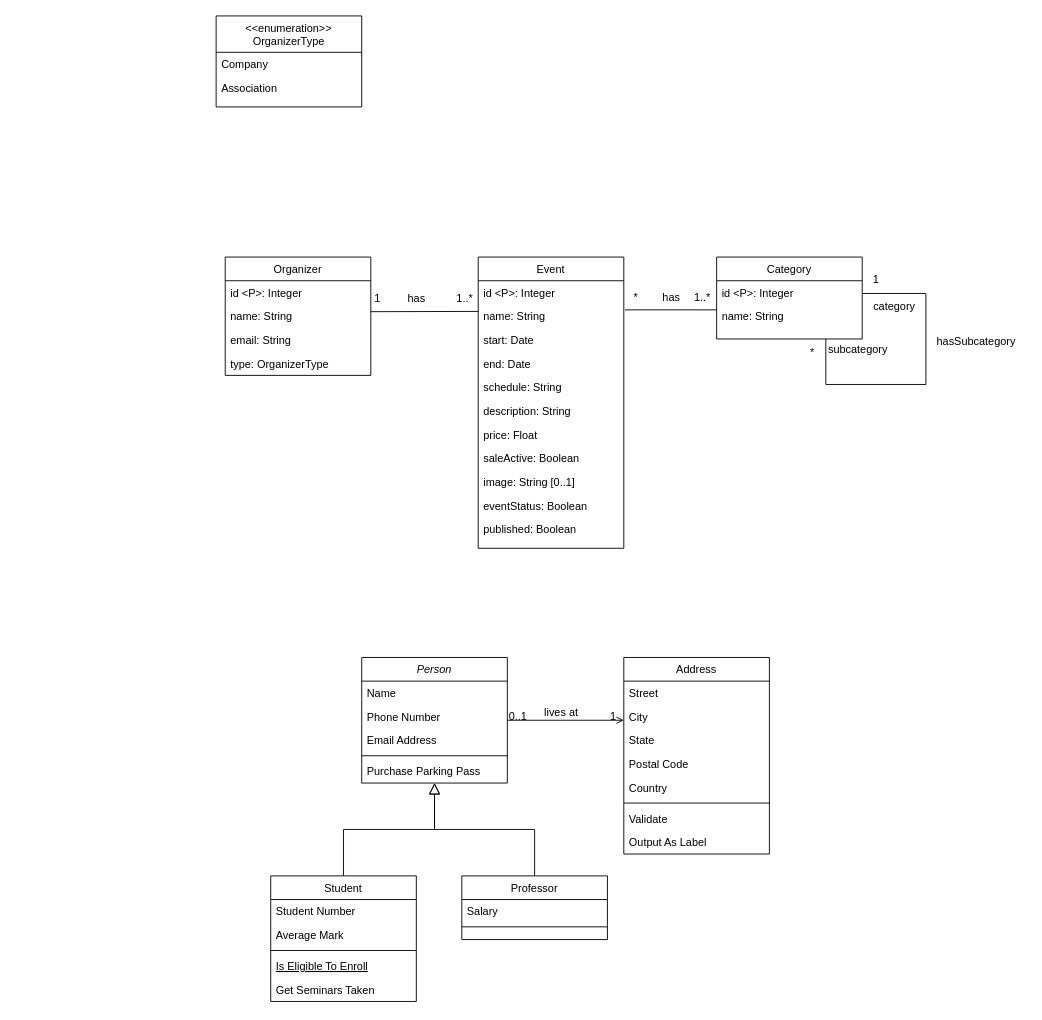
Before: conceptual-diagram.drawio in danielpilot/event-database, a draw.io diagram. Source tidied: cells renumbered, new cells numbered last; positions are measured from the earlier drawing's top-left corner, leaving out a move shared by most shapes. Both pictures are drawn from the tidied source at 91%, with x=0, y=0 at pixel (216, 15).
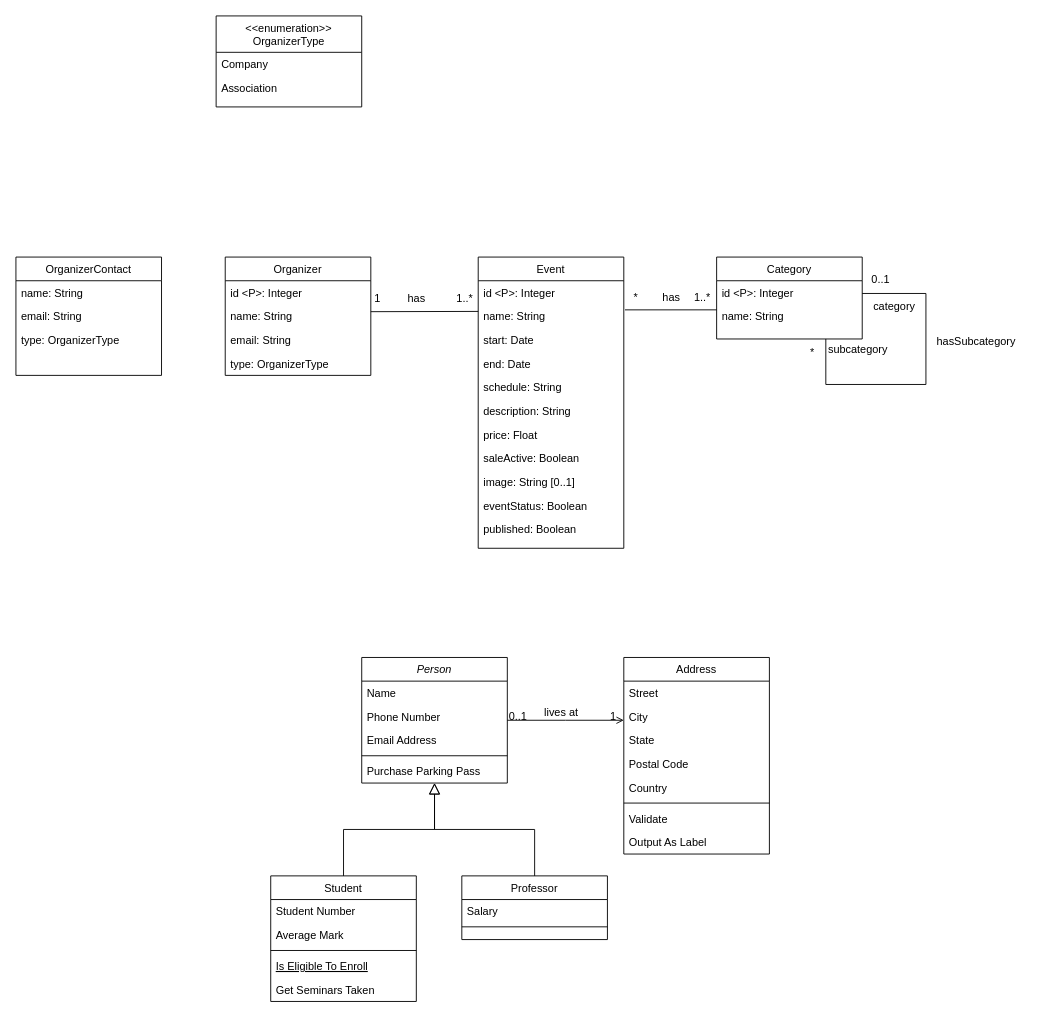
The same page after the edit.

Commit message:
Fix subcategory relation

What changed in the source:
```diff
@@
-    <mxCell id="56" value="1" style="text;html=1;align=center;verticalAlign=middle;strokeColor=none;fillColor=none;" parent="1" vertex="1">
-      <mxGeometry x="710" y="275" width="30" height="30" as="geometry" />
+    <mxCell id="56" value="0..1" style="text;html=1;align=center;verticalAlign=middle;strokeColor=none;fillColor=none;" parent="1" vertex="1">
+      <mxGeometry x="710" y="275" width="40" height="30" as="geometry" />
     </mxCell>
@@
+    <mxCell id="72" value="OrganizerContact" style="swimlane;fontStyle=0;align=center;verticalAlign=top;horizontal=1;startSize=26;rounded=0;shadow=0;strokeWidth=1;" parent="1" vertex="1">
+      <mxGeometry x="-220" y="265" width="160" height="130" as="geometry" />
+    </mxCell>
+    <mxCell id="73" value="name: String" style="text;align=left;verticalAlign=top;spacingLeft=4;spacingRight=4;overflow=hidden;rounded=0;shadow=0;html=0;" parent="72" vertex="1">
+      <mxGeometry y="26" width="160" height="26" as="geometry" />
+    </mxCell>
+    <mxCell id="74" value="email: String" style="text;align=left;verticalAlign=top;spacingLeft=4;spacingRight=4;overflow=hidden;rounded=0;shadow=0;html=0;" parent="72" vertex="1">
+      <mxGeometry y="52" width="160" height="26" as="geometry" />
+    </mxCell>
+    <mxCell id="75" value="type: OrganizerType" style="text;align=left;verticalAlign=top;spacingLeft=4;spacingRight=4;overflow=hidden;rounded=0;shadow=0;html=0;" parent="72" vertex="1">
+      <mxGeometry y="78" width="160" height="26" as="geometry" />
+    </mxCell>
```
